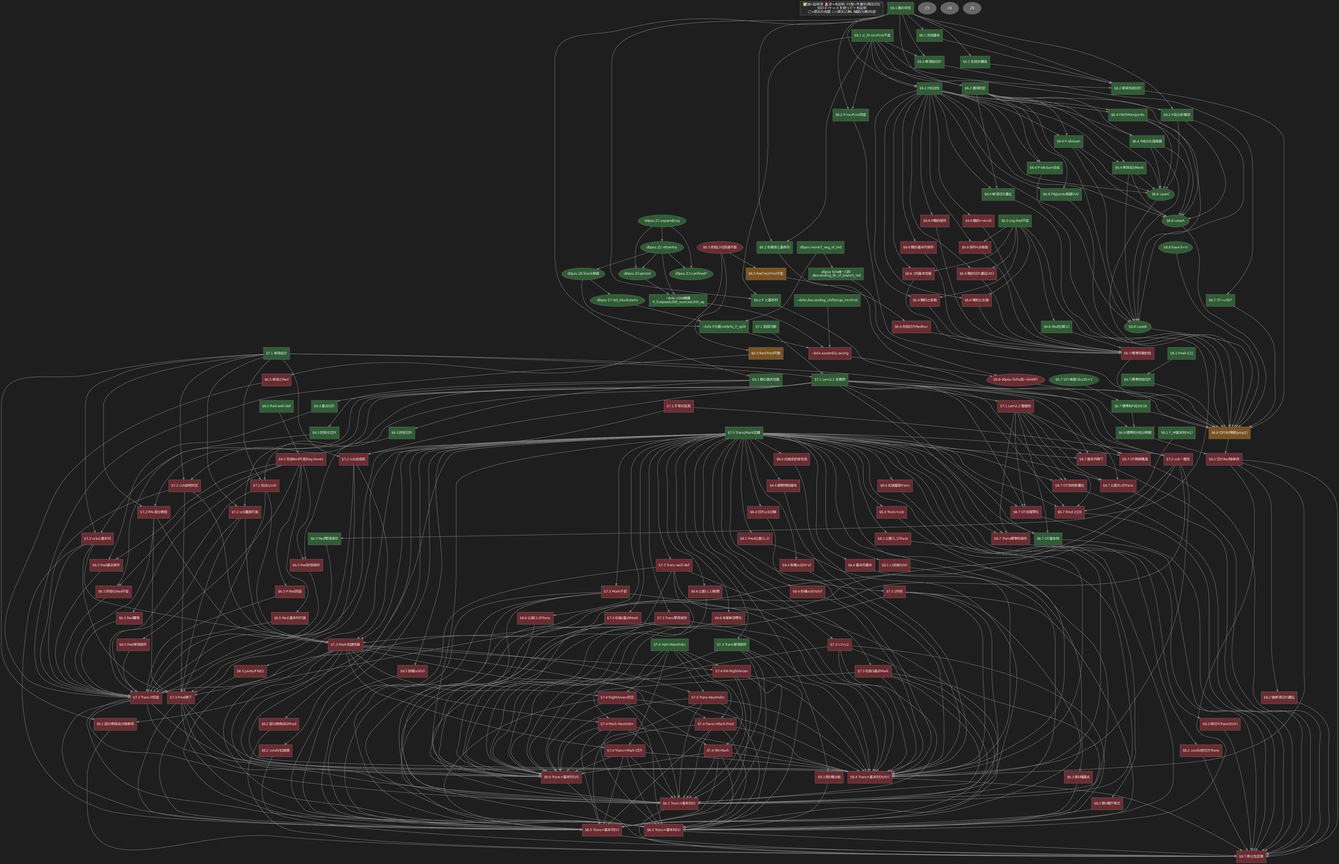
The Graphviz diagram dag.png in koteitan/pss-proof, before a commit. Its source is kept beside it as dag.dot.
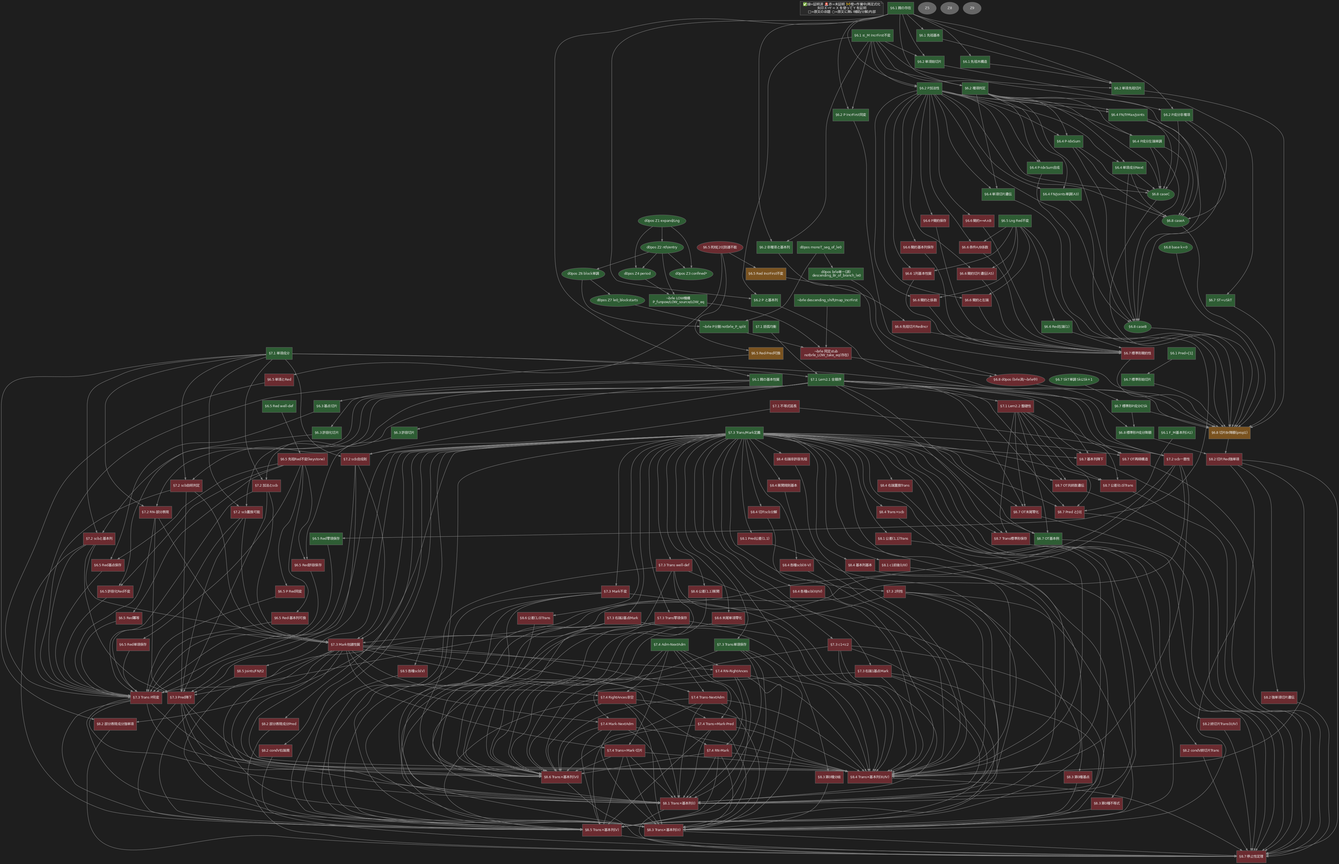
The same file after the commit.

Commit message:
§6.8 d0pos ¬brle assembly GREEN; residual = existential identification stub (doc)

The edit, as a diff of the source:
```diff
@@ -124,7 +124,7 @@
     d_split [label="¬brle P分割 notbrle_P_split", fillcolor="#2e5d34"];
     d_low [label="¬brle LOW機構\n P_funpow/LOW_source/LOW_eq", fillcolor="#2e5d34"];
     d_dapp [label="¬brle descending_shift/map_IncrFirst", fillcolor="#2e5d34"];
-    d_wire [label="¬brle assembly wiring", fillcolor="#6b2b30"];
+    d_wire [label="¬brle 同定stub\n notbrle_LOW_take_eq(存在)", fillcolor="#6b2b30"];
 
   /* ===================== §6.7 標準形 ===================== */
     p67_un [label="§6.7 ST=∪SkT", fillcolor="#2e5d34"];
```
